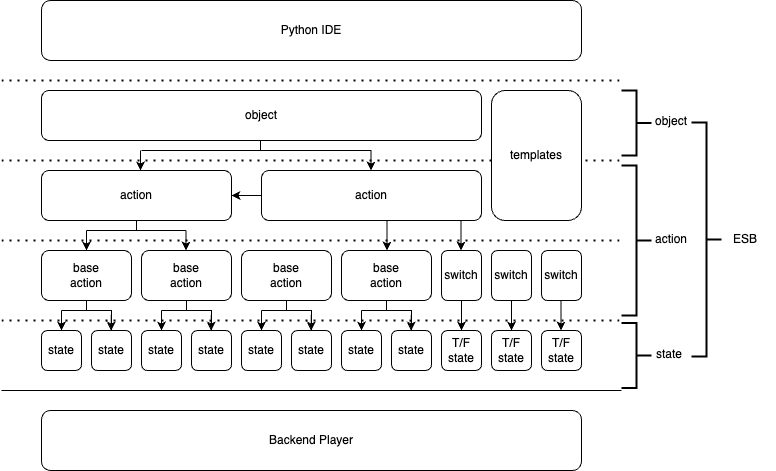
Above: doc/ESB.StructureDiagram.png in omotcha/ElegantSB (draw.io), before the change. Source tidied: cells renumbered, new cells last; positions are measured from the earlier drawing's top-left corner, leaving out a move shared by most shapes.
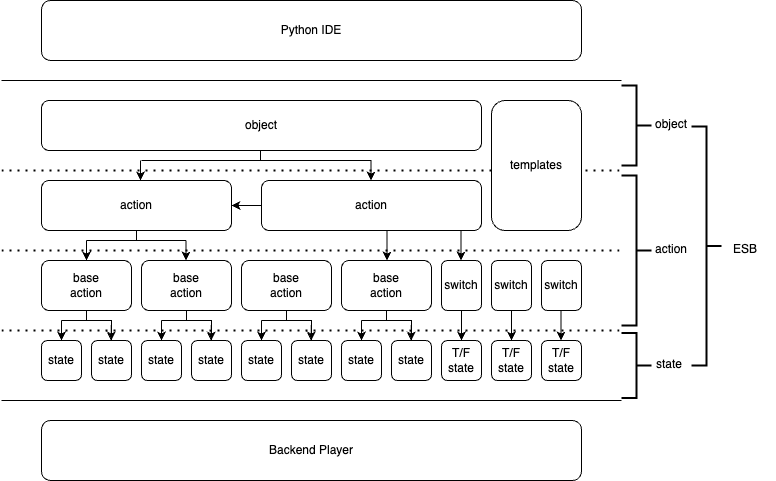
Above is the later version.

Diff of the diagram source:
```diff
@@ -233,12 +233,6 @@
     <mxCell id="57" value="object" style="whiteSpace=wrap;html=1;rounded=1;" parent="1" vertex="1">
       <mxGeometry x="40" y="90" width="440" height="50" as="geometry" />
     </mxCell>
-    <mxCell id="58" style="endArrow=none;dashed=1;html=1;dashPattern=1 3;strokeWidth=2;rounded=0;" parent="1" edge="1">
-      <mxGeometry relative="1" as="geometry">
-        <mxPoint y="80" as="sourcePoint" />
-        <mxPoint x="620" y="80" as="targetPoint" />
-      </mxGeometry>
-    </mxCell>
     <mxCell id="59" style="endArrow=classic;html=1;rounded=0;entryX=0.5;entryY=0;entryDx=0;entryDy=0;" parent="1" edge="1">
       <mxGeometry relative="1" as="geometry">
         <mxPoint x="139" y="150" as="sourcePoint" />
@@ -267,19 +261,25 @@
       <mxGeometry x="490" y="90" width="90" height="130" as="geometry" />
     </mxCell>
     <mxCell id="64" style="strokeWidth=2;html=1;shape=mxgraph.flowchart.annotation_2;align=left;labelPosition=right;rotation=-180;" parent="1" vertex="1">
-      <mxGeometry x="620" y="90" width="30" height="65" as="geometry" />
+      <mxGeometry x="620" y="75" width="30" height="80" as="geometry" />
     </mxCell>
     <mxCell id="65" value="object" style="text;html=1;strokeColor=none;fillColor=none;align=center;verticalAlign=middle;whiteSpace=wrap;rounded=0;" parent="1" vertex="1">
-      <mxGeometry x="640" y="105.5" width="60" height="30" as="geometry" />
+      <mxGeometry x="640" y="98.5" width="60" height="30" as="geometry" />
     </mxCell>
     <mxCell id="66" value="Python IDE" style="rounded=1;whiteSpace=wrap;html=1;" parent="1" vertex="1">
-      <mxGeometry x="40" width="540" height="60" as="geometry" />
+      <mxGeometry x="40" y="-10" width="540" height="60" as="geometry" />
     </mxCell>
     <mxCell id="67" style="strokeWidth=2;html=1;shape=mxgraph.flowchart.annotation_2;align=left;labelPosition=right;rotation=-180;" parent="1" vertex="1">
-      <mxGeometry x="690" y="122" width="30" height="234" as="geometry" />
+      <mxGeometry x="690" y="116" width="30" height="239" as="geometry" />
     </mxCell>
     <mxCell id="68" value="ESB" style="text;html=1;strokeColor=none;fillColor=none;align=center;verticalAlign=middle;whiteSpace=wrap;rounded=0;" parent="1" vertex="1">
       <mxGeometry x="714" y="224" width="60" height="30" as="geometry" />
     </mxCell>
+    <mxCell id="69" style="endArrow=none;html=1;rounded=0;" parent="1" edge="1">
+      <mxGeometry relative="1" as="geometry">
+        <mxPoint y="70" as="sourcePoint" />
+        <mxPoint x="620" y="70" as="targetPoint" />
+      </mxGeometry>
+    </mxCell>
   </root>
 </mxGraphModel>
```
